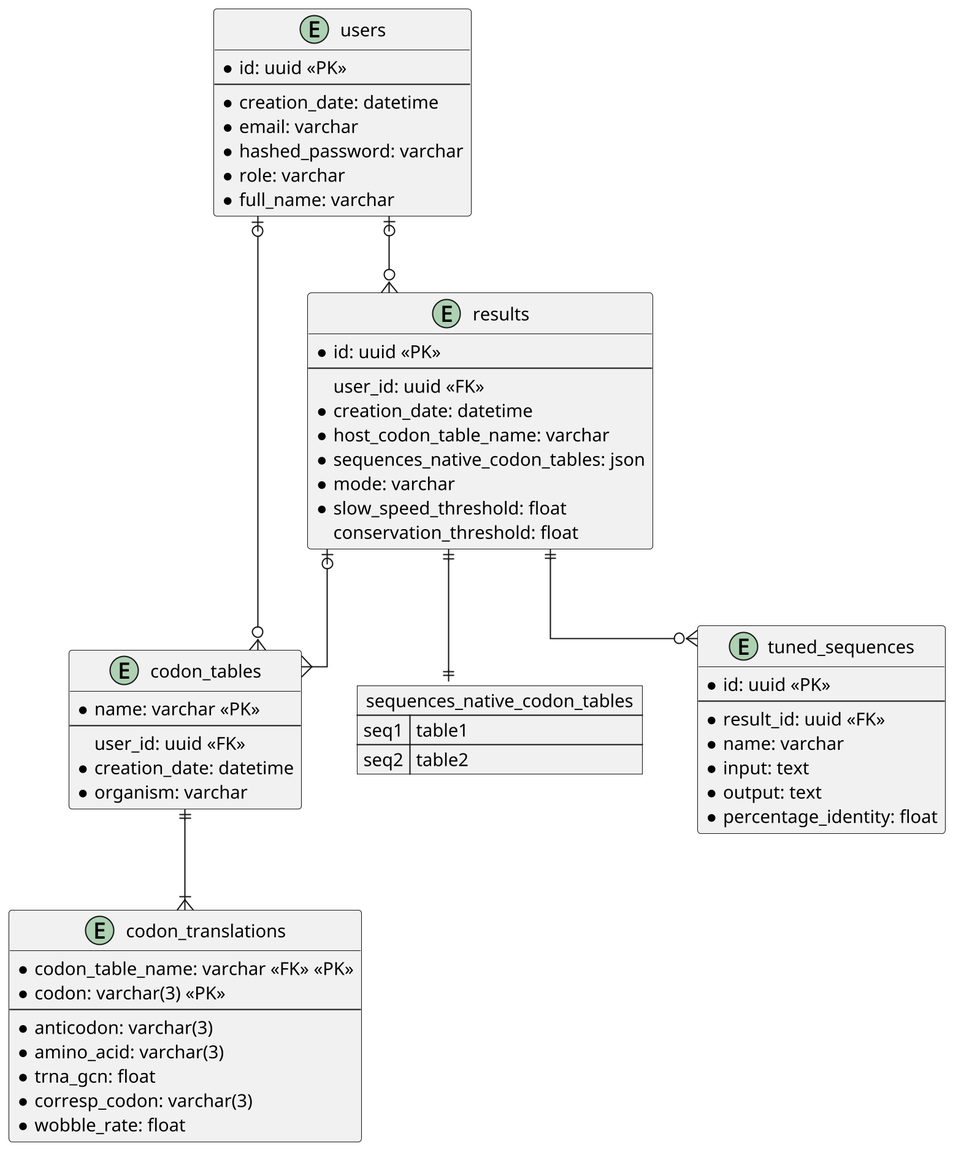
This is documentation/db_schema.png from tbonnabaud/expressinhost_web, a PlantUML export, as it was before one commit.
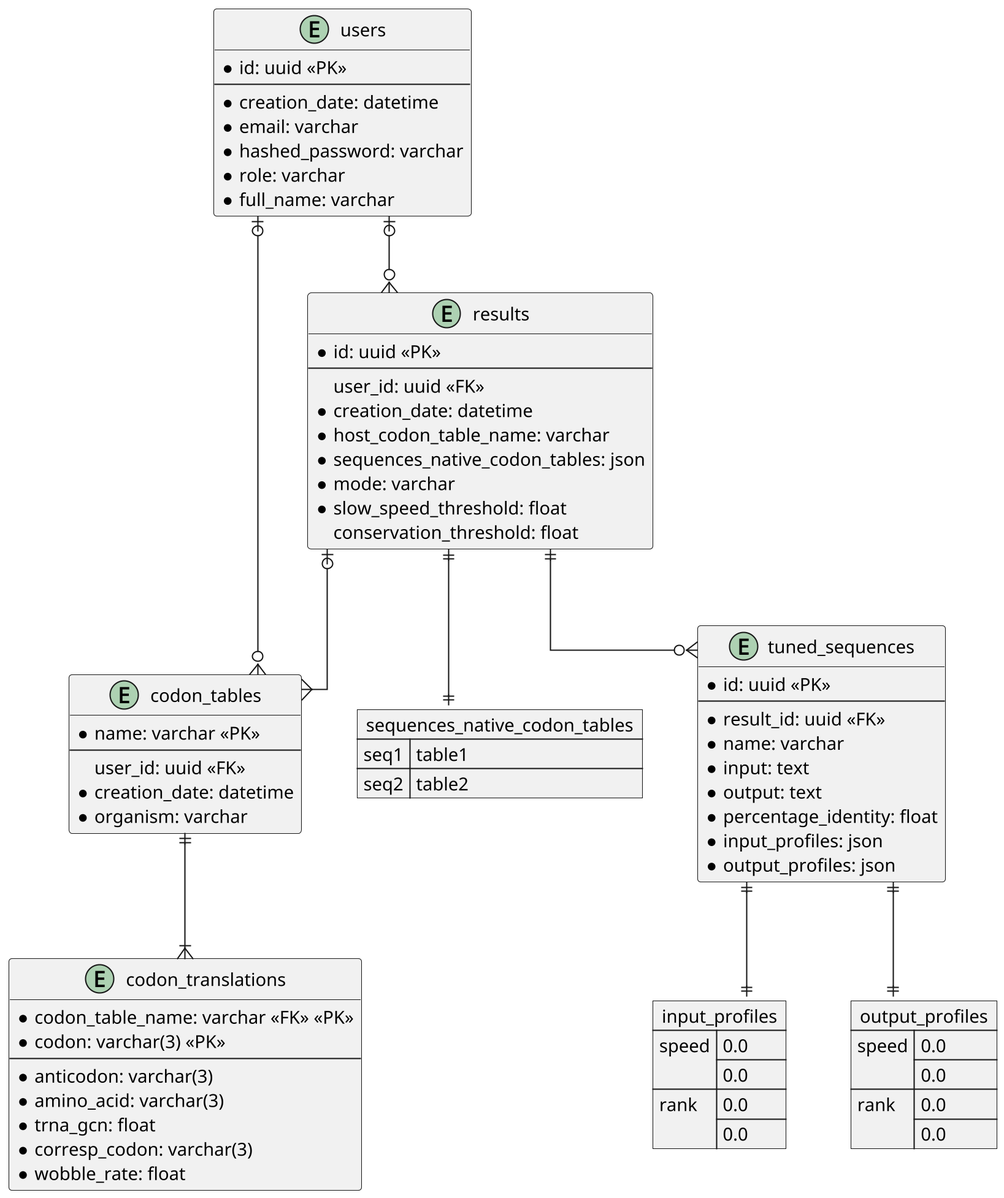
After the change.

Commit message:
Add profiles in schema

What changed in the source:
```diff
@@ -58,6 +58,18 @@
     * input: text
     * output: text
     * percentage_identity: float
+    * input_profiles: json
+    * output_profiles: json
+}
+
+json input_profiles {
+    "speed": [0.0, 0.0],
+    "rank": [0.0, 0.0]
+}
+
+json output_profiles {
+    "speed": [0.0, 0.0],
+    "rank": [0.0, 0.0]
 }
 
 users |o--o{ results
@@ -65,5 +77,7 @@
 results ||--o{ tuned_sequences
 results |o--{ codon_tables
 results ||--|| sequences_native_codon_tables
+tuned_sequences ||--|| input_profiles
+tuned_sequences ||--|| output_profiles
 codon_tables ||--|{ codon_translations
 @enduml
```
